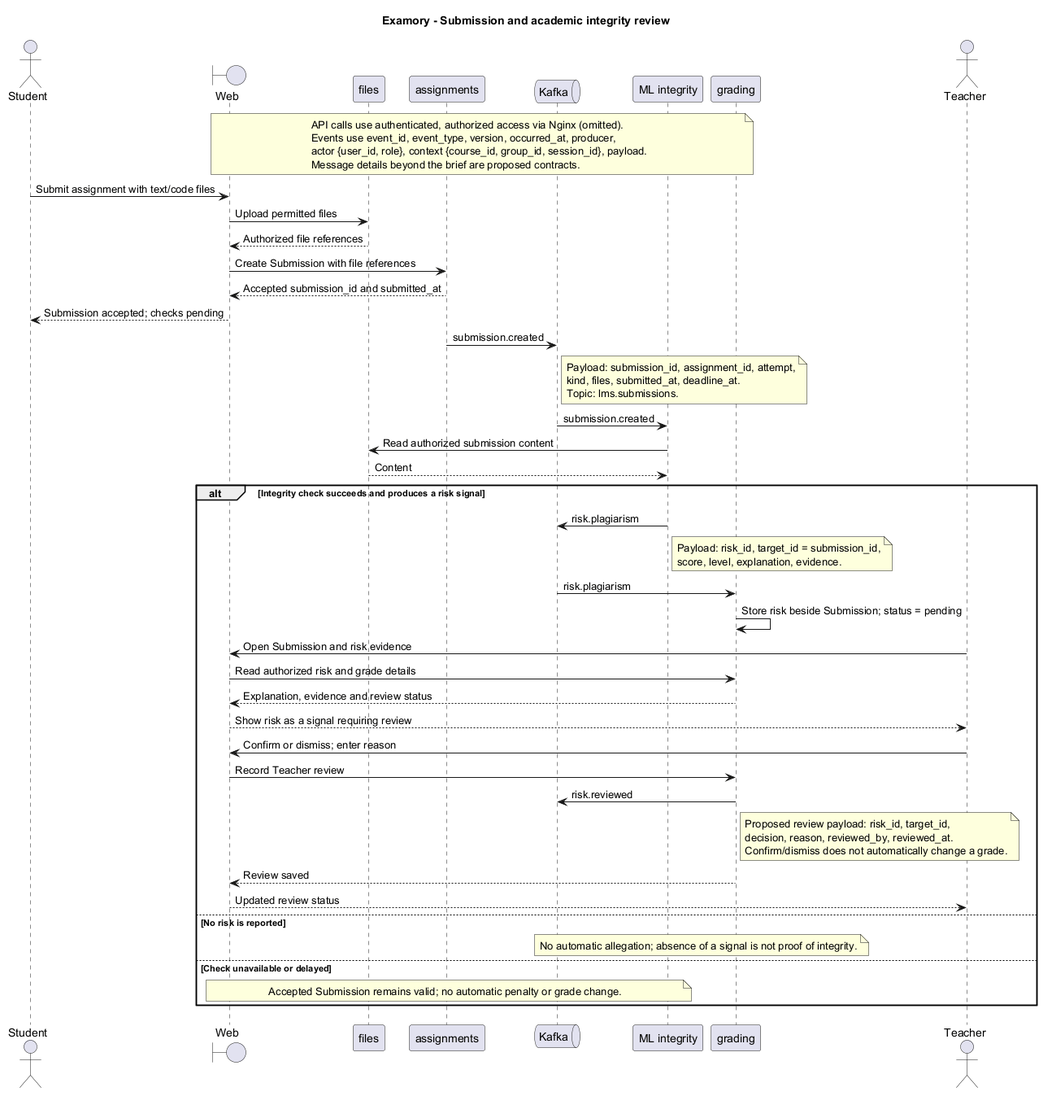
Newterios/Examory keeps this PlantUML diagram as docs/04_uml/seq_submission_integrity.png. Above is the earlier version. Source of this version:
```plantuml
@startuml
title Examory - Submission and academic integrity review
actor Student
boundary Web
participant files
participant assignments
queue Kafka
participant "ML integrity" as Integrity
participant grading
actor Teacher

note over Web, grading
  API calls use authenticated, authorized access via Nginx (omitted).
  Events use event_id, event_type, version, occurred_at, producer,
  actor {user_id, role}, context {course_id, group_id, session_id}, payload.
  Message details beyond the brief are proposed contracts.
end note
Student -> Web : Submit assignment with text/code files
Web -> files : Upload permitted files
files --> Web : Authorized file references
Web -> assignments : Create Submission with file references
assignments --> Web : Accepted submission_id and submitted_at
Web --> Student : Submission accepted; checks pending
assignments -> Kafka : submission.created
note right of Kafka
  Payload: submission_id, assignment_id, attempt,
  kind, files, submitted_at, deadline_at.
  Topic: lms.submissions.
end note
Kafka -> Integrity : submission.created
Integrity -> files : Read authorized submission content
files --> Integrity : Content
alt Integrity check succeeds and produces a risk signal
  Integrity -> Kafka : risk.plagiarism
  note right of Integrity
    Payload: risk_id, target_id = submission_id,
    score, level, explanation, evidence.
  end note
  Kafka -> grading : risk.plagiarism
  grading -> grading : Store risk beside Submission; status = pending
  Teacher -> Web : Open Submission and risk evidence
  Web -> grading : Read authorized risk and grade details
  grading --> Web : Explanation, evidence and review status
  Web --> Teacher : Show risk as a signal requiring review
  Teacher -> Web : Confirm or dismiss; enter reason
  Web -> grading : Record Teacher review
  grading -> Kafka : risk.reviewed
  note right of grading
    Proposed review payload: risk_id, target_id,
    decision, reason, reviewed_by, reviewed_at.
    Confirm/dismiss does not automatically change a grade.
  end note
  grading --> Web : Review saved
  Web --> Teacher : Updated review status
else No risk is reported
  note over Integrity, grading : No automatic allegation; absence of a signal is not proof of integrity.
else Check unavailable or delayed
  note over Web, Integrity : Accepted Submission remains valid; no automatic penalty or grade change.
end
@enduml
```
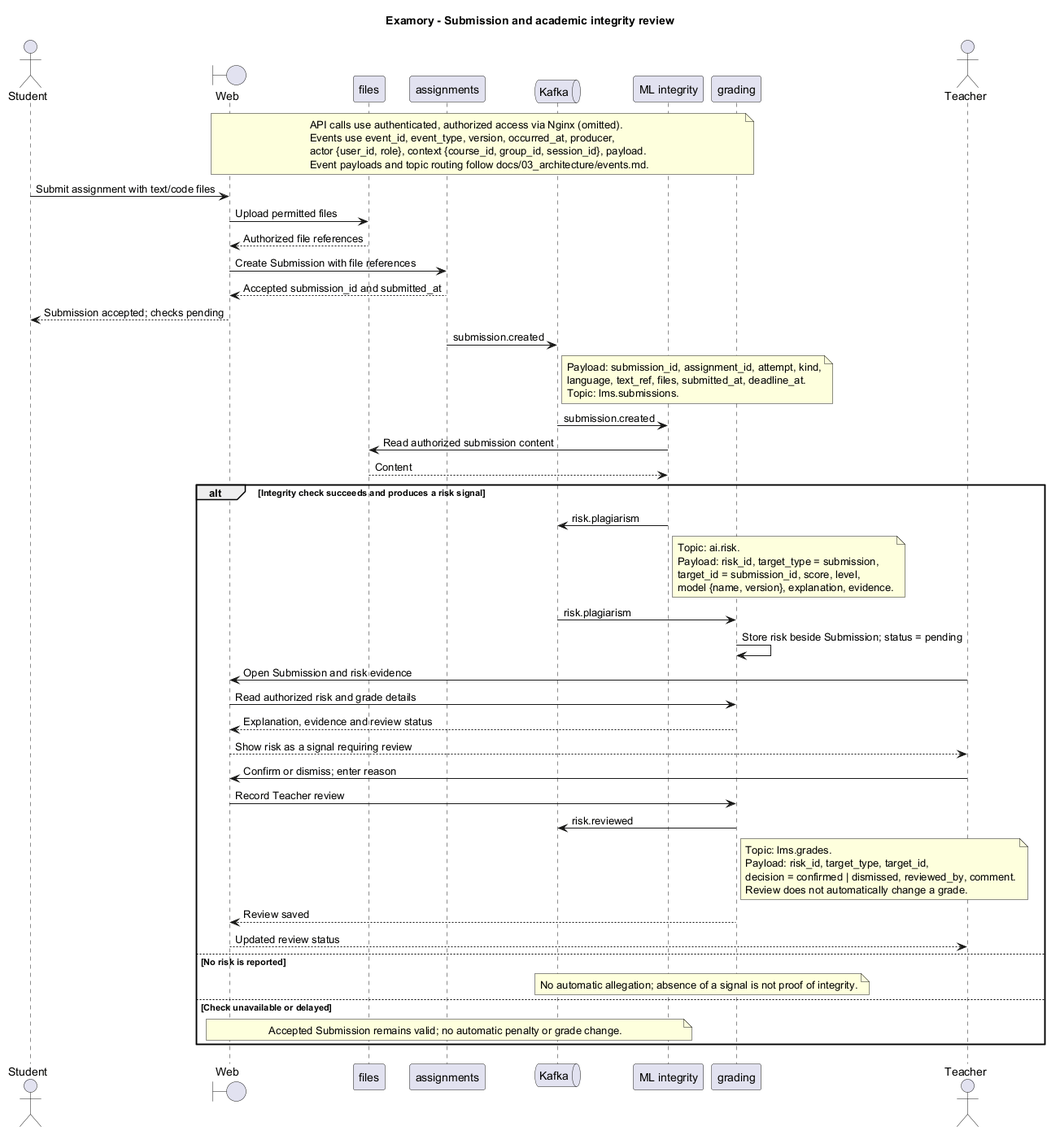
The same diagram one commit later.

Commit message:
LMS-20: apply v0.2 contract review feedback

Change to the diagram source:
```diff
@@ -13,7 +13,7 @@
   API calls use authenticated, authorized access via Nginx (omitted).
   Events use event_id, event_type, version, occurred_at, producer,
   actor {user_id, role}, context {course_id, group_id, session_id}, payload.
-  Message details beyond the brief are proposed contracts.
+  Event payloads and topic routing follow docs/03_architecture/events.md.
 end note
 Student -> Web : Submit assignment with text/code files
 Web -> files : Upload permitted files
@@ -23,8 +23,8 @@
 Web --> Student : Submission accepted; checks pending
 assignments -> Kafka : submission.created
 note right of Kafka
-  Payload: submission_id, assignment_id, attempt,
-  kind, files, submitted_at, deadline_at.
+  Payload: submission_id, assignment_id, attempt, kind,
+  language, text_ref, files, submitted_at, deadline_at.
   Topic: lms.submissions.
 end note
 Kafka -> Integrity : submission.created
@@ -33,8 +33,10 @@
 alt Integrity check succeeds and produces a risk signal
   Integrity -> Kafka : risk.plagiarism
   note right of Integrity
-    Payload: risk_id, target_id = submission_id,
-    score, level, explanation, evidence.
+    Topic: ai.risk.
+    Payload: risk_id, target_type = submission,
+    target_id = submission_id, score, level,
+    model {name, version}, explanation, evidence.
   end note
   Kafka -> grading : risk.plagiarism
   grading -> grading : Store risk beside Submission; status = pending
@@ -46,9 +48,10 @@
   Web -> grading : Record Teacher review
   grading -> Kafka : risk.reviewed
   note right of grading
-    Proposed review payload: risk_id, target_id,
-    decision, reason, reviewed_by, reviewed_at.
-    Confirm/dismiss does not automatically change a grade.
+    Topic: lms.grades.
+    Payload: risk_id, target_type, target_id,
+    decision = confirmed | dismissed, reviewed_by, comment.
+    Review does not automatically change a grade.
   end note
   grading --> Web : Review saved
   Web --> Teacher : Updated review status
```
